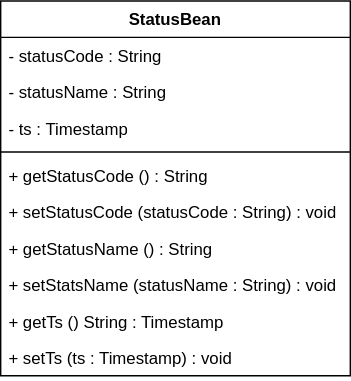
Earlier version of the draw.io export ClassDiagram/statusBean.drawio.svg (comsize-honiden/TaskManager62). Source tidied: cells renumbered, new cells last; positions are measured from the earlier drawing's top-left corner, leaving out a move shared by most shapes.
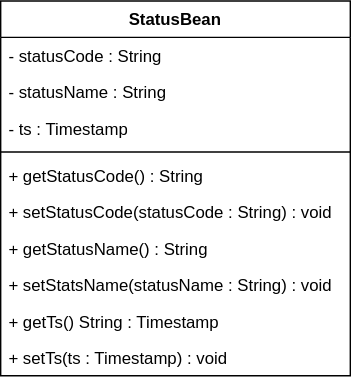
The same file after the commit.

Change to the diagram source:
```diff
@@ -17,23 +17,23 @@
     <mxCell id="6" style="line;strokeWidth=1;fillColor=none;align=left;verticalAlign=middle;spacingTop=-1;spacingLeft=3;spacingRight=3;labelPosition=right;strokeColor=inherit;" parent="2" vertex="1">
       <mxGeometry y="104" width="250" height="8" as="geometry" />
     </mxCell>
-    <mxCell id="7" value="+ getStatusCode () : String" style="text;strokeColor=none;fillColor=none;align=left;verticalAlign=top;spacingLeft=4;spacingRight=4;overflow=hidden;whiteSpace=wrap;html=1;" parent="2" vertex="1">
-      <mxGeometry y="112" width="250" height="26" as="geometry" />
-    </mxCell>
-    <mxCell id="8" value="+ setStatusCode (statusCode : String) : void" style="text;strokeColor=none;fillColor=none;align=left;verticalAlign=top;spacingLeft=4;spacingRight=4;overflow=hidden;whiteSpace=wrap;html=1;" parent="2" vertex="1">
-      <mxGeometry y="138" width="250" height="26" as="geometry" />
-    </mxCell>
-    <mxCell id="9" value="+ getStatusName () : String" style="text;strokeColor=none;fillColor=none;align=left;verticalAlign=top;spacingLeft=4;spacingRight=4;overflow=hidden;whiteSpace=wrap;html=1;" parent="2" vertex="1">
-      <mxGeometry y="164" width="250" height="26" as="geometry" />
-    </mxCell>
-    <mxCell id="10" value="+ setStatsName (statusName : String) : void" style="text;strokeColor=none;fillColor=none;align=left;verticalAlign=top;spacingLeft=4;spacingRight=4;overflow=hidden;whiteSpace=wrap;html=1;" parent="2" vertex="1">
-      <mxGeometry y="190" width="250" height="26" as="geometry" />
-    </mxCell>
-    <mxCell id="11" value="+ getTs () String : Timestamp" style="text;strokeColor=none;fillColor=none;align=left;verticalAlign=top;spacingLeft=4;spacingRight=4;overflow=hidden;whiteSpace=wrap;html=1;" parent="2" vertex="1">
-      <mxGeometry y="216" width="250" height="26" as="geometry" />
-    </mxCell>
-    <mxCell id="12" value="+ setTs (ts : Timestamp) : void" style="text;strokeColor=none;fillColor=none;align=left;verticalAlign=top;spacingLeft=4;spacingRight=4;overflow=hidden;whiteSpace=wrap;html=1;" parent="2" vertex="1">
-      <mxGeometry y="242" width="250" height="26" as="geometry" />
-    </mxCell>
+    <mxCell id="13" value="+ getStatusCode() : String" style="text;strokeColor=none;fillColor=none;align=left;verticalAlign=top;spacingLeft=4;spacingRight=4;overflow=hidden;whiteSpace=wrap;html=1;" parent="2" vertex="1">
+      <mxGeometry y="112" width="250" height="26" as="geometry" />
+    </mxCell>
+    <mxCell id="14" value="+ setStatusCode(statusCode : String) : void" style="text;strokeColor=none;fillColor=none;align=left;verticalAlign=top;spacingLeft=4;spacingRight=4;overflow=hidden;whiteSpace=wrap;html=1;" parent="2" vertex="1">
+      <mxGeometry y="138" width="250" height="26" as="geometry" />
+    </mxCell>
+    <mxCell id="15" value="+ getStatusName() : String" style="text;strokeColor=none;fillColor=none;align=left;verticalAlign=top;spacingLeft=4;spacingRight=4;overflow=hidden;whiteSpace=wrap;html=1;" parent="2" vertex="1">
+      <mxGeometry y="164" width="250" height="26" as="geometry" />
+    </mxCell>
+    <mxCell id="16" value="+ setStatsName(statusName : String) : void" style="text;strokeColor=none;fillColor=none;align=left;verticalAlign=top;spacingLeft=4;spacingRight=4;overflow=hidden;whiteSpace=wrap;html=1;" parent="2" vertex="1">
+      <mxGeometry y="190" width="250" height="26" as="geometry" />
+    </mxCell>
+    <mxCell id="17" value="+ getTs() String : Timestamp" style="text;strokeColor=none;fillColor=none;align=left;verticalAlign=top;spacingLeft=4;spacingRight=4;overflow=hidden;whiteSpace=wrap;html=1;" parent="2" vertex="1">
+      <mxGeometry y="216" width="250" height="26" as="geometry" />
+    </mxCell>
+    <mxCell id="18" value="+ setTs(ts : Timestamp) : void" style="text;strokeColor=none;fillColor=none;align=left;verticalAlign=top;spacingLeft=4;spacingRight=4;overflow=hidden;whiteSpace=wrap;html=1;" parent="2" vertex="1">
+      <mxGeometry y="242" width="250" height="26" as="geometry" />
+    </mxCell>
   </root>
 </mxGraphModel>
```
